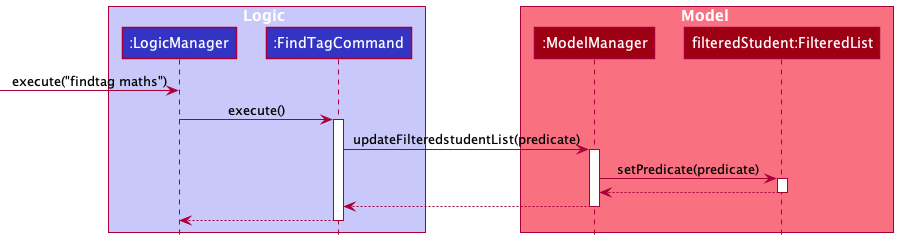
Earlier version of the PlantUML export docs/images/FindSequenceDiagram.png (softmagnet/tp).
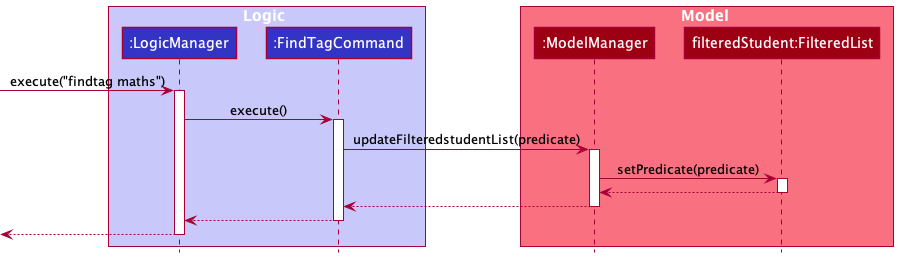
The same file after the commit.

What changed in the source:
```diff
@@ -12,6 +12,7 @@
 end box
 
 [-> LogicManager : execute("findtag maths")
+activate LogicManager
 
 LogicManager -> FindTagCommand : execute()
 activate FindTagCommand
@@ -26,4 +27,7 @@
 return
 return
 
+[<--LogicManager
+deactivate LogicManager
+
 @enduml
```
